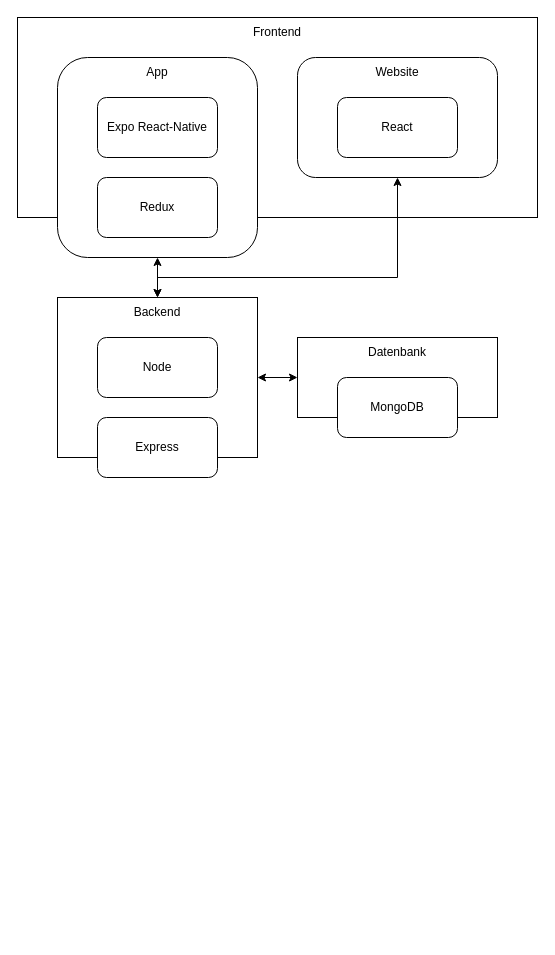
This is resources/softwarearchitektur.drawio from SimonFurtm/hiketours, a draw.io file, before an edit. Source tidied: cells renumbered, new cells numbered last; positions are measured from the earlier drawing's top-left corner, leaving out a move shared by most shapes. Both pictures are drawn from the tidied source at 100%, with x=0, y=0 at pixel (17, 17).
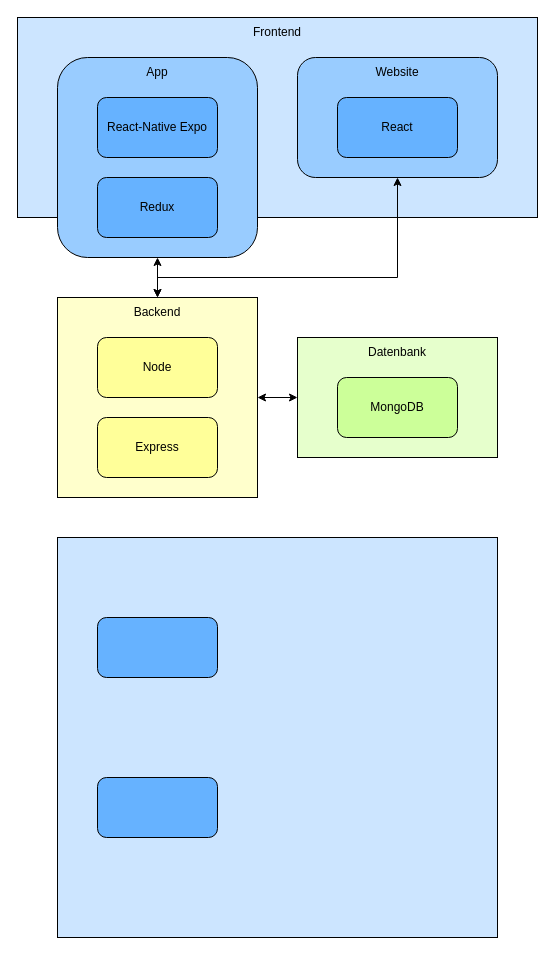
After the change.

The edit, as a diff of the source:
```diff
@@
-    <mxCell id="2" style="rounded=0;whiteSpace=wrap;html=1;" parent="1" vertex="1">
-      <mxGeometry x="280" y="320" width="200" height="80" as="geometry" />
+    <mxCell id="2" style="rounded=0;whiteSpace=wrap;html=1;fillColor=#E6FFCC;" parent="1" vertex="1">
+      <mxGeometry x="280" y="320" width="200" height="120" as="geometry" />
     </mxCell>
-    <mxCell id="3" value="MongoDB" style="rounded=1;whiteSpace=wrap;html=1;" parent="1" vertex="1">
+    <mxCell id="3" value="MongoDB" style="rounded=1;whiteSpace=wrap;html=1;fillColor=#CCFF99;" parent="1" vertex="1">
       <mxGeometry x="320" y="360" width="120" height="60" as="geometry" />
     </mxCell>
@@
-    <mxCell id="5" style="rounded=0;whiteSpace=wrap;html=1;" parent="1" vertex="1">
+    <mxCell id="5" style="rounded=0;whiteSpace=wrap;html=1;fillColor=#CCE5FF;" parent="1" vertex="1">
       <mxGeometry width="520" height="200" as="geometry" />
     </mxCell>
-    <mxCell id="6" style="rounded=1;whiteSpace=wrap;html=1;" parent="1" vertex="1">
+    <mxCell id="6" style="rounded=1;whiteSpace=wrap;html=1;strokeColor=#000000;fillColor=#99CCFF;" parent="1" vertex="1">
       <mxGeometry x="40" y="40" width="200" height="200" as="geometry" />
     </mxCell>
@@
-    <mxCell id="9" value="Expo React-Native" style="rounded=1;whiteSpace=wrap;html=1;" parent="1" vertex="1">
+    <mxCell id="9" value="React-Native Expo" style="rounded=1;whiteSpace=wrap;html=1;fillColor=#66B2FF;" parent="1" vertex="1">
       <mxGeometry x="80" y="80" width="120" height="60" as="geometry" />
     </mxCell>
-    <mxCell id="10" style="rounded=1;whiteSpace=wrap;html=1;" parent="1" vertex="1">
+    <mxCell id="10" style="rounded=1;whiteSpace=wrap;html=1;fillColor=#99CCFF;" parent="1" vertex="1">
       <mxGeometry x="280" y="40" width="200" height="120" as="geometry" />
     </mxCell>
@@
-    <mxCell id="12" value="React" style="rounded=1;whiteSpace=wrap;html=1;" parent="1" vertex="1">
+    <mxCell id="12" value="React" style="rounded=1;whiteSpace=wrap;html=1;fillColor=#66B2FF;" parent="1" vertex="1">
       <mxGeometry x="320" y="80" width="120" height="60" as="geometry" />
     </mxCell>
-    <mxCell id="13" value="Redux" style="rounded=1;whiteSpace=wrap;html=1;" parent="1" vertex="1">
+    <mxCell id="13" value="Redux" style="rounded=1;whiteSpace=wrap;html=1;fillColor=#66B2FF;" parent="1" vertex="1">
       <mxGeometry x="80" y="160" width="120" height="60" as="geometry" />
     </mxCell>
-    <mxCell id="14" style="rounded=0;whiteSpace=wrap;html=1;" parent="1" vertex="1">
-      <mxGeometry x="40" y="280" width="200" height="160" as="geometry" />
+    <mxCell id="14" style="rounded=0;whiteSpace=wrap;html=1;fillColor=#FFFFCC;" parent="1" vertex="1">
+      <mxGeometry x="40" y="280" width="200" height="200" as="geometry" />
     </mxCell>
-    <mxCell id="15" value="Node" style="rounded=1;whiteSpace=wrap;html=1;" parent="1" vertex="1">
+    <mxCell id="15" value="Node" style="rounded=1;whiteSpace=wrap;html=1;fillColor=#FFFF99;" parent="1" vertex="1">
       <mxGeometry x="80" y="320" width="120" height="60" as="geometry" />
     </mxCell>
@@
-    <mxCell id="17" value="Express" style="rounded=1;whiteSpace=wrap;html=1;" parent="1" vertex="1">
+    <mxCell id="17" value="Express" style="rounded=1;whiteSpace=wrap;html=1;fillColor=#FFFF99;" parent="1" vertex="1">
       <mxGeometry x="80" y="400" width="120" height="60" as="geometry" />
     </mxCell>
@@
+    <mxCell id="21" style="rounded=0;whiteSpace=wrap;html=1;fillColor=#CCE5FF;" parent="1" vertex="1">
+      <mxGeometry x="40" y="520" width="440" height="400" as="geometry" />
+    </mxCell>
+    <mxCell id="22" style="rounded=1;whiteSpace=wrap;html=1;strokeColor=#000000;fillColor=#66B2FF;" parent="1" vertex="1">
+      <mxGeometry x="80" y="600" width="120" height="60" as="geometry" />
+    </mxCell>
+    <mxCell id="23" style="rounded=1;whiteSpace=wrap;html=1;strokeColor=#000000;fillColor=#66B2FF;" parent="1" vertex="1">
+      <mxGeometry x="80" y="760" width="120" height="60" as="geometry" />
+    </mxCell>
```
